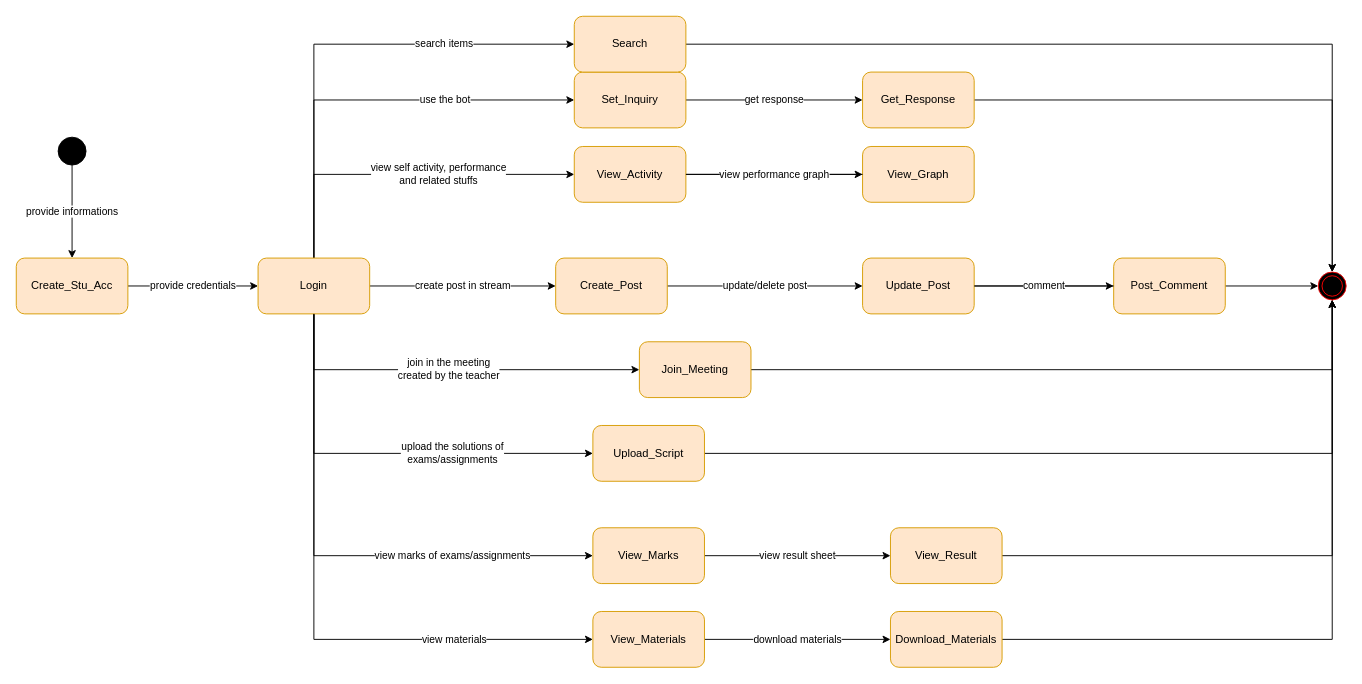
Above: page "State-3 Student" (37 of 40) of Diagrams.drawio in shirrsho/E-shcool (draw.io), before the change. Source tidied: cells renumbered, new cells numbered last; positions are measured from the earlier drawing's top-left corner, leaving out a move shared by most shapes. Both pictures are drawn from the tidied source at 93%, with x=0, y=0 at pixel (16, 16).
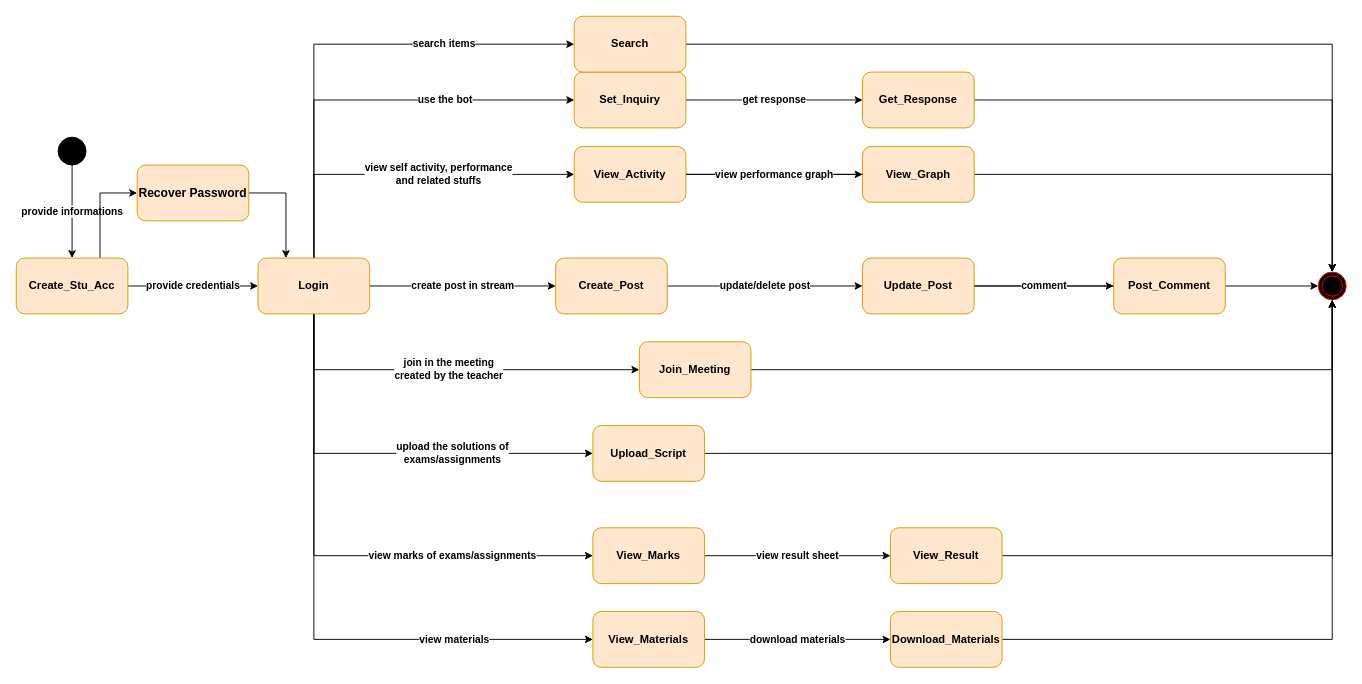
The same diagram, later.

The edit, as a diff of the source:
```diff
@@
-    <mxCell id="2" value="provide informations" style="edgeStyle=orthogonalEdgeStyle;rounded=0;jettySize=auto;html=1;" parent="1" edge="1" source="3" target="5">
+    <mxCell id="2" value="provide informations" style="edgeStyle=orthogonalEdgeStyle;rounded=0;jettySize=auto;html=1;fontStyle=1;" parent="1" edge="1" source="3" target="5">
       <mxGeometry relative="1" as="geometry" />
     </mxCell>
-    <mxCell id="3" style="ellipse;shape=doubleEllipse;html=1;dashed=0;whitespace=wrap;fillColor=#000000;" parent="1" vertex="1">
+    <mxCell id="3" style="ellipse;shape=doubleEllipse;html=1;dashed=0;whitespace=wrap;fillColor=#000000;fontStyle=1;" parent="1" vertex="1">
       <mxGeometry x="45" y="130" width="30" height="30" as="geometry" />
     </mxCell>
-    <mxCell id="4" value="provide credentials" style="edgeStyle=orthogonalEdgeStyle;rounded=0;jettySize=auto;html=1;" parent="1" edge="1" source="5" target="13">
+    <mxCell id="4" value="provide credentials" style="edgeStyle=orthogonalEdgeStyle;rounded=0;jettySize=auto;html=1;fontStyle=1;" parent="1" edge="1" source="5" target="13">
       <mxGeometry relative="1" as="geometry" />
     </mxCell>
+    <mxCell id="45" style="edgeStyle=orthogonalEdgeStyle;rounded=0;jettySize=auto;html=1;exitX=0.75;exitY=0;exitDx=0;exitDy=0;entryX=0;entryY=0.5;entryDx=0;entryDy=0;fontStyle=1;" parent="1" edge="1" source="5" target="48">
+      <mxGeometry relative="1" as="geometry" />
+    </mxCell>
-    <mxCell id="5" value="Create_Stu_Acc" style="rounded=1;whiteSpace=wrap;html=1;dashed=0;fillColor=#ffe6cc;strokeColor=#d79b00;" parent="1" vertex="1">
+    <mxCell id="5" value="Create_Stu_Acc" style="rounded=1;whiteSpace=wrap;html=1;dashed=0;fillColor=#ffe6cc;strokeColor=#d79b00;fontStyle=1;" parent="1" vertex="1">
       <mxGeometry y="260" width="120" height="60" as="geometry" />
     </mxCell>
-    <mxCell id="6" value="create post in stream" style="edgeStyle=orthogonalEdgeStyle;rounded=0;jettySize=auto;html=1;" parent="1" edge="1" source="13" target="15">
+    <mxCell id="6" value="create post in stream" style="edgeStyle=orthogonalEdgeStyle;rounded=0;jettySize=auto;html=1;fontStyle=1;" parent="1" edge="1" source="13" target="15">
       <mxGeometry relative="1" as="geometry" />
     </mxCell>
-    <mxCell id="7" value="join in the meeting&lt;br&gt;created by the teacher" style="edgeStyle=orthogonalEdgeStyle;rounded=0;jettySize=auto;html=1;exitX=0.5;exitY=1;exitDx=0;exitDy=0;entryX=0;entryY=0.5;entryDx=0;entryDy=0;" parent="1" edge="1" source="13" target="20">
+    <mxCell id="7" value="join in the meeting&lt;br&gt;created by the teacher" style="edgeStyle=orthogonalEdgeStyle;rounded=0;jettySize=auto;html=1;exitX=0.5;exitY=1;exitDx=0;exitDy=0;entryX=0;entryY=0.5;entryDx=0;entryDy=0;fontStyle=1;" parent="1" edge="1" source="13" target="20">
       <mxGeometry relative="1" as="geometry" />
     </mxCell>
-    <mxCell id="8" value="upload the solutions of&lt;br&gt;exams/assignments" style="edgeStyle=orthogonalEdgeStyle;rounded=0;jettySize=auto;html=1;entryX=0;entryY=0.5;entryDx=0;entryDy=0;exitX=0.5;exitY=1;exitDx=0;exitDy=0;" parent="1" edge="1" source="13" target="22">
+    <mxCell id="8" value="upload the solutions of&lt;br&gt;exams/assignments" style="edgeStyle=orthogonalEdgeStyle;rounded=0;jettySize=auto;html=1;entryX=0;entryY=0.5;entryDx=0;entryDy=0;exitX=0.5;exitY=1;exitDx=0;exitDy=0;fontStyle=1;" parent="1" edge="1" source="13" target="22">
       <mxGeometry x="0.33" relative="1" as="geometry" />
     </mxCell>
-    <mxCell id="9" value="use the bot" style="edgeStyle=orthogonalEdgeStyle;rounded=0;jettySize=auto;html=1;entryX=0;entryY=0.5;entryDx=0;entryDy=0;exitX=0.5;exitY=0;exitDx=0;exitDy=0;" parent="1" edge="1" source="13" target="24">
+    <mxCell id="9" value="use the bot" style="edgeStyle=orthogonalEdgeStyle;rounded=0;jettySize=auto;html=1;entryX=0;entryY=0.5;entryDx=0;entryDy=0;exitX=0.5;exitY=0;exitDx=0;exitDy=0;fontStyle=1;" parent="1" edge="1" source="13" target="24">
       <mxGeometry x="0.38" relative="1" as="geometry" />
     </mxCell>
-    <mxCell id="10" value="search items" style="edgeStyle=orthogonalEdgeStyle;rounded=0;jettySize=auto;html=1;entryX=0;entryY=0.5;entryDx=0;entryDy=0;exitX=0.5;exitY=0;exitDx=0;exitDy=0;" parent="1" edge="1" source="13" target="26">
+    <mxCell id="10" value="search items" style="edgeStyle=orthogonalEdgeStyle;rounded=0;jettySize=auto;html=1;entryX=0;entryY=0.5;entryDx=0;entryDy=0;exitX=0.5;exitY=0;exitDx=0;exitDy=0;fontStyle=1;" parent="1" edge="1" source="13" target="26">
       <mxGeometry x="0.45" relative="1" as="geometry" />
     </mxCell>
-    <mxCell id="11" value="view self activity, performance&lt;br&gt;and related stuffs" style="edgeStyle=orthogonalEdgeStyle;rounded=0;jettySize=auto;html=1;exitX=0.5;exitY=0;exitDx=0;exitDy=0;entryX=0;entryY=0.5;entryDx=0;entryDy=0;" parent="1" edge="1" source="13" target="29">
+    <mxCell id="11" value="view self activity, performance&lt;br&gt;and related stuffs" style="edgeStyle=orthogonalEdgeStyle;rounded=0;jettySize=auto;html=1;exitX=0.5;exitY=0;exitDx=0;exitDy=0;entryX=0;entryY=0.5;entryDx=0;entryDy=0;fontStyle=1;" parent="1" edge="1" source="13" target="29">
       <mxGeometry x="0.21" relative="1" as="geometry" />
     </mxCell>
-    <mxCell id="12" value="view marks of exams/assignments" style="edgeStyle=orthogonalEdgeStyle;rounded=0;jettySize=auto;html=1;entryX=0;entryY=0.5;entryDx=0;entryDy=0;exitX=0.5;exitY=1;exitDx=0;exitDy=0;" parent="1" edge="1" source="13" target="40">
+    <mxCell id="12" value="view marks of exams/assignments" style="edgeStyle=orthogonalEdgeStyle;rounded=0;jettySize=auto;html=1;entryX=0;entryY=0.5;entryDx=0;entryDy=0;exitX=0.5;exitY=1;exitDx=0;exitDy=0;fontStyle=1;" parent="1" edge="1" source="13" target="40">
       <mxGeometry x="0.46" relative="1" as="geometry" />
     </mxCell>
-    <mxCell id="13" value="Login" style="whiteSpace=wrap;html=1;rounded=1;dashed=0;fillColor=#ffe6cc;strokeColor=#d79b00;" parent="1" vertex="1">
+    <mxCell id="13" value="Login" style="whiteSpace=wrap;html=1;rounded=1;dashed=0;fillColor=#ffe6cc;strokeColor=#d79b00;fontStyle=1;" parent="1" vertex="1">
       <mxGeometry x="260" y="260" width="120" height="60" as="geometry" />
     </mxCell>
-    <mxCell id="14" value="update/delete post" style="edgeStyle=orthogonalEdgeStyle;rounded=0;jettySize=auto;html=1;" parent="1" edge="1" source="15" target="18">
+    <mxCell id="14" value="update/delete post" style="edgeStyle=orthogonalEdgeStyle;rounded=0;jettySize=auto;html=1;fontStyle=1;" parent="1" edge="1" source="15" target="18">
       <mxGeometry relative="1" as="geometry" />
     </mxCell>
-    <mxCell id="15" value="Create_Post" style="rounded=1;whiteSpace=wrap;html=1;fillColor=#ffe6cc;strokeColor=#d79b00;" parent="1" vertex="1">
+    <mxCell id="15" value="Create_Post" style="rounded=1;whiteSpace=wrap;html=1;fillColor=#ffe6cc;strokeColor=#d79b00;fontStyle=1;" parent="1" vertex="1">
       <mxGeometry x="580" y="260" width="120" height="60" as="geometry" />
     </mxCell>
-    <mxCell id="16" style="edgeStyle=orthogonalEdgeStyle;rounded=0;jettySize=auto;html=1;entryX=0;entryY=0.5;entryDx=0;entryDy=0;startArrow=none;" parent="1" edge="1" source="34" target="33">
+    <mxCell id="16" style="edgeStyle=orthogonalEdgeStyle;rounded=0;jettySize=auto;html=1;entryX=0;entryY=0.5;entryDx=0;entryDy=0;startArrow=none;fontStyle=1;" parent="1" edge="1" source="34" target="33">
       <mxGeometry relative="1" as="geometry" />
     </mxCell>
-    <mxCell id="17" style="edgeStyle=orthogonalEdgeStyle;rounded=0;jettySize=auto;html=1;" parent="1" edge="1" source="18" target="34">
+    <mxCell id="17" style="edgeStyle=orthogonalEdgeStyle;rounded=0;jettySize=auto;html=1;fontStyle=1;" parent="1" edge="1" source="18" target="34">
       <mxGeometry relative="1" as="geometry" />
     </mxCell>
-    <mxCell id="18" value="Update_Post" style="rounded=1;whiteSpace=wrap;html=1;fillColor=#ffe6cc;strokeColor=#d79b00;" parent="1" vertex="1">
+    <mxCell id="18" value="Update_Post" style="rounded=1;whiteSpace=wrap;html=1;fillColor=#ffe6cc;strokeColor=#d79b00;fontStyle=1;" parent="1" vertex="1">
       <mxGeometry x="910" y="260" width="120" height="60" as="geometry" />
     </mxCell>
-    <mxCell id="19" style="edgeStyle=orthogonalEdgeStyle;rounded=0;jettySize=auto;html=1;entryX=0.5;entryY=1;entryDx=0;entryDy=0;" parent="1" edge="1" source="20" target="33">
+    <mxCell id="19" style="edgeStyle=orthogonalEdgeStyle;rounded=0;jettySize=auto;html=1;entryX=0.5;entryY=1;entryDx=0;entryDy=0;fontStyle=1;" parent="1" edge="1" source="20" target="33">
       <mxGeometry relative="1" as="geometry" />
     </mxCell>
-    <mxCell id="20" value="Join_Meeting" style="whiteSpace=wrap;html=1;rounded=1;dashed=0;fillColor=#ffe6cc;strokeColor=#d79b00;" parent="1" vertex="1">
+    <mxCell id="20" value="Join_Meeting" style="whiteSpace=wrap;html=1;rounded=1;dashed=0;fillColor=#ffe6cc;strokeColor=#d79b00;fontStyle=1;" parent="1" vertex="1">
       <mxGeometry x="670" y="350" width="120" height="60" as="geometry" />
     </mxCell>
-    <mxCell id="21" style="edgeStyle=orthogonalEdgeStyle;rounded=0;jettySize=auto;html=1;" parent="1" edge="1" source="22" target="33">
+    <mxCell id="21" style="edgeStyle=orthogonalEdgeStyle;rounded=0;jettySize=auto;html=1;fontStyle=1;" parent="1" edge="1" source="22" target="33">
       <mxGeometry relative="1" as="geometry" />
     </mxCell>
-    <mxCell id="22" value="Upload_Script" style="rounded=1;whiteSpace=wrap;html=1;fillColor=#ffe6cc;strokeColor=#d79b00;" parent="1" vertex="1">
+    <mxCell id="22" value="Upload_Script" style="rounded=1;whiteSpace=wrap;html=1;fillColor=#ffe6cc;strokeColor=#d79b00;fontStyle=1;" parent="1" vertex="1">
       <mxGeometry x="620" y="440" width="120" height="60" as="geometry" />
     </mxCell>
-    <mxCell id="23" value="get response" style="edgeStyle=orthogonalEdgeStyle;rounded=0;jettySize=auto;html=1;" parent="1" edge="1" source="24" target="38">
+    <mxCell id="23" value="get response" style="edgeStyle=orthogonalEdgeStyle;rounded=0;jettySize=auto;html=1;fontStyle=1;" parent="1" edge="1" source="24" target="38">
       <mxGeometry relative="1" as="geometry" />
     </mxCell>
-    <mxCell id="24" value="Set_Inquiry" style="rounded=1;whiteSpace=wrap;html=1;fillColor=#ffe6cc;strokeColor=#d79b00;" parent="1" vertex="1">
+    <mxCell id="24" value="Set_Inquiry" style="rounded=1;whiteSpace=wrap;html=1;fillColor=#ffe6cc;strokeColor=#d79b00;fontStyle=1;" parent="1" vertex="1">
       <mxGeometry x="600" y="60" width="120" height="60" as="geometry" />
     </mxCell>
-    <mxCell id="25" style="edgeStyle=orthogonalEdgeStyle;rounded=0;jettySize=auto;html=1;entryX=0.5;entryY=0;entryDx=0;entryDy=0;" parent="1" edge="1" source="26" target="33">
+    <mxCell id="25" style="edgeStyle=orthogonalEdgeStyle;rounded=0;jettySize=auto;html=1;entryX=0.5;entryY=0;entryDx=0;entryDy=0;fontStyle=1;" parent="1" edge="1" source="26" target="33">
       <mxGeometry relative="1" as="geometry" />
     </mxCell>
-    <mxCell id="26" value="Search" style="rounded=1;whiteSpace=wrap;html=1;fillColor=#ffe6cc;strokeColor=#d79b00;" parent="1" vertex="1">
+    <mxCell id="26" value="Search" style="rounded=1;whiteSpace=wrap;html=1;fillColor=#ffe6cc;strokeColor=#d79b00;fontStyle=1;" parent="1" vertex="1">
       <mxGeometry x="600" width="120" height="60" as="geometry" />
     </mxCell>
-    <mxCell id="27" value="view materials" style="edgeStyle=orthogonalEdgeStyle;rounded=0;jettySize=auto;html=1;startArrow=none;exitX=0.5;exitY=1;exitDx=0;exitDy=0;entryX=0;entryY=0.5;entryDx=0;entryDy=0;" parent="1" edge="1" source="13" target="32">
+    <mxCell id="27" value="view materials" style="edgeStyle=orthogonalEdgeStyle;rounded=0;jettySize=auto;html=1;startArrow=none;exitX=0.5;exitY=1;exitDx=0;exitDy=0;entryX=0;entryY=0.5;entryDx=0;entryDy=0;fontStyle=1;" parent="1" edge="1" source="13" target="32">
       <mxGeometry x="0.54" relative="1" as="geometry" />
     </mxCell>
-    <mxCell id="28" style="edgeStyle=orthogonalEdgeStyle;rounded=0;jettySize=auto;html=1;" parent="1" edge="1" source="29" target="43">
+    <mxCell id="28" style="edgeStyle=orthogonalEdgeStyle;rounded=0;jettySize=auto;html=1;fontStyle=1;" parent="1" edge="1" source="29" target="43">
       <mxGeometry relative="1" as="geometry" />
     </mxCell>
-    <mxCell id="29" value="View_Activity" style="whiteSpace=wrap;html=1;rounded=1;dashed=0;fillColor=#ffe6cc;strokeColor=#d79b00;" parent="1" vertex="1">
+    <mxCell id="29" value="View_Activity" style="whiteSpace=wrap;html=1;rounded=1;dashed=0;fillColor=#ffe6cc;strokeColor=#d79b00;fontStyle=1;" parent="1" vertex="1">
       <mxGeometry x="600" y="140" width="120" height="60" as="geometry" />
     </mxCell>
-    <mxCell id="30" style="edgeStyle=orthogonalEdgeStyle;rounded=0;jettySize=auto;html=1;entryX=0.5;entryY=0.333;entryDx=0;entryDy=0;entryPerimeter=0;startArrow=none;" parent="1" edge="1" source="36" target="33">
+    <mxCell id="30" style="edgeStyle=orthogonalEdgeStyle;rounded=0;jettySize=auto;html=1;entryX=0.5;entryY=0.333;entryDx=0;entryDy=0;entryPerimeter=0;startArrow=none;fontStyle=1;" parent="1" edge="1" source="36" target="33">
       <mxGeometry relative="1" as="geometry" />
     </mxCell>
-    <mxCell id="31" value="download materials" style="edgeStyle=orthogonalEdgeStyle;rounded=0;jettySize=auto;html=1;" parent="1" edge="1" source="32" target="36">
+    <mxCell id="31" value="download materials" style="edgeStyle=orthogonalEdgeStyle;rounded=0;jettySize=auto;html=1;fontStyle=1;" parent="1" edge="1" source="32" target="36">
       <mxGeometry relative="1" as="geometry" />
     </mxCell>
-    <mxCell id="32" value="View_Materials" style="whiteSpace=wrap;html=1;rounded=1;dashed=0;fillColor=#ffe6cc;strokeColor=#d79b00;" parent="1" vertex="1">
+    <mxCell id="32" value="View_Materials" style="whiteSpace=wrap;html=1;rounded=1;dashed=0;fillColor=#ffe6cc;strokeColor=#d79b00;fontStyle=1;" parent="1" vertex="1">
       <mxGeometry x="620" y="640" width="120" height="60" as="geometry" />
     </mxCell>
-    <mxCell id="33" style="ellipse;shape=doubleEllipse;html=1;dashed=0;whitespace=wrap;fillColor=#000000;strokeColor=#FF0000;" parent="1" vertex="1">
+    <mxCell id="33" style="ellipse;shape=doubleEllipse;html=1;dashed=0;whitespace=wrap;fillColor=#000000;strokeColor=#FF0000;fontStyle=1;" parent="1" vertex="1">
       <mxGeometry x="1400" y="275" width="30" height="30" as="geometry" />
     </mxCell>
-    <mxCell id="34" value="Post_Comment" style="whiteSpace=wrap;html=1;fillColor=#ffe6cc;strokeColor=#d79b00;rounded=1;" parent="1" vertex="1">
+    <mxCell id="34" value="Post_Comment" style="whiteSpace=wrap;html=1;fillColor=#ffe6cc;strokeColor=#d79b00;rounded=1;fontStyle=1;" parent="1" vertex="1">
       <mxGeometry x="1180" y="260" width="120" height="60" as="geometry" />
     </mxCell>
-    <mxCell id="35" value="comment" style="edgeStyle=orthogonalEdgeStyle;rounded=0;jettySize=auto;html=1;entryX=0;entryY=0.5;entryDx=0;entryDy=0;endArrow=none;" parent="1" edge="1" source="18" target="34">
+    <mxCell id="35" value="comment" style="edgeStyle=orthogonalEdgeStyle;rounded=0;jettySize=auto;html=1;entryX=0;entryY=0.5;entryDx=0;entryDy=0;endArrow=none;fontStyle=1;" parent="1" edge="1" source="18" target="34">
       <mxGeometry relative="1" as="geometry" />
     </mxCell>
-    <mxCell id="36" value="Download_Materials" style="whiteSpace=wrap;html=1;fillColor=#ffe6cc;strokeColor=#d79b00;rounded=1;dashed=0;" parent="1" vertex="1">
+    <mxCell id="36" value="Download_Materials" style="whiteSpace=wrap;html=1;fillColor=#ffe6cc;strokeColor=#d79b00;rounded=1;dashed=0;fontStyle=1;" parent="1" vertex="1">
       <mxGeometry x="940" y="640" width="120" height="60" as="geometry" />
     </mxCell>
-    <mxCell id="37" style="edgeStyle=orthogonalEdgeStyle;rounded=0;jettySize=auto;html=1;entryX=0.5;entryY=0;entryDx=0;entryDy=0;" parent="1" edge="1" source="38" target="33">
+    <mxCell id="37" style="edgeStyle=orthogonalEdgeStyle;rounded=0;jettySize=auto;html=1;entryX=0.5;entryY=0;entryDx=0;entryDy=0;fontStyle=1;" parent="1" edge="1" source="38" target="33">
       <mxGeometry relative="1" as="geometry" />
     </mxCell>
-    <mxCell id="38" value="Get_Response" style="whiteSpace=wrap;html=1;fillColor=#ffe6cc;strokeColor=#d79b00;rounded=1;" parent="1" vertex="1">
+    <mxCell id="38" value="Get_Response" style="whiteSpace=wrap;html=1;fillColor=#ffe6cc;strokeColor=#d79b00;rounded=1;fontStyle=1;" parent="1" vertex="1">
       <mxGeometry x="910" y="60" width="120" height="60" as="geometry" />
     </mxCell>
-    <mxCell id="39" value="view result sheet" style="edgeStyle=orthogonalEdgeStyle;rounded=0;jettySize=auto;html=1;" parent="1" edge="1" source="40" target="42">
+    <mxCell id="39" value="view result sheet" style="edgeStyle=orthogonalEdgeStyle;rounded=0;jettySize=auto;html=1;fontStyle=1;" parent="1" edge="1" source="40" target="42">
       <mxGeometry relative="1" as="geometry" />
     </mxCell>
-    <mxCell id="40" value="View_Marks" style="rounded=1;whiteSpace=wrap;html=1;fillColor=#ffe6cc;strokeColor=#d79b00;" parent="1" vertex="1">
+    <mxCell id="40" value="View_Marks" style="rounded=1;whiteSpace=wrap;html=1;fillColor=#ffe6cc;strokeColor=#d79b00;fontStyle=1;" parent="1" vertex="1">
       <mxGeometry x="620" y="550" width="120" height="60" as="geometry" />
     </mxCell>
-    <mxCell id="41" style="edgeStyle=orthogonalEdgeStyle;rounded=0;jettySize=auto;html=1;entryX=0.5;entryY=1;entryDx=0;entryDy=0;" parent="1" edge="1" source="42" target="33">
+    <mxCell id="41" style="edgeStyle=orthogonalEdgeStyle;rounded=0;jettySize=auto;html=1;entryX=0.5;entryY=1;entryDx=0;entryDy=0;fontStyle=1;" parent="1" edge="1" source="42" target="33">
       <mxGeometry relative="1" as="geometry" />
     </mxCell>
-    <mxCell id="42" value="View_Result" style="whiteSpace=wrap;html=1;fillColor=#ffe6cc;strokeColor=#d79b00;rounded=1;" parent="1" vertex="1">
+    <mxCell id="42" value="View_Result" style="whiteSpace=wrap;html=1;fillColor=#ffe6cc;strokeColor=#d79b00;rounded=1;fontStyle=1;" parent="1" vertex="1">
       <mxGeometry x="940" y="550" width="120" height="60" as="geometry" />
     </mxCell>
+    <mxCell id="46" style="edgeStyle=orthogonalEdgeStyle;rounded=0;jettySize=auto;html=1;entryX=0.5;entryY=0;entryDx=0;entryDy=0;fontStyle=1;" parent="1" edge="1" source="43" target="33">
+      <mxGeometry relative="1" as="geometry" />
+    </mxCell>
-    <mxCell id="43" value="View_Graph" style="whiteSpace=wrap;html=1;fillColor=#ffe6cc;strokeColor=#d79b00;rounded=1;dashed=0;" parent="1" vertex="1">
+    <mxCell id="43" value="View_Graph" style="whiteSpace=wrap;html=1;fillColor=#ffe6cc;strokeColor=#d79b00;rounded=1;dashed=0;fontStyle=1;" parent="1" vertex="1">
       <mxGeometry x="910" y="140" width="120" height="60" as="geometry" />
     </mxCell>
-    <mxCell id="44" value="view performance graph" style="edgeStyle=orthogonalEdgeStyle;rounded=0;jettySize=auto;html=1;endArrow=none;" parent="1" edge="1" source="29" target="43">
+    <mxCell id="44" value="view performance graph" style="edgeStyle=orthogonalEdgeStyle;rounded=0;jettySize=auto;html=1;endArrow=none;fontStyle=1;" parent="1" edge="1" source="29" target="43">
       <mxGeometry relative="1" as="geometry" />
     </mxCell>
+    <mxCell id="47" style="edgeStyle=orthogonalEdgeStyle;rounded=0;jettySize=auto;html=1;entryX=0.25;entryY=0;entryDx=0;entryDy=0;fontStyle=1;" parent="1" edge="1" source="48" target="13">
+      <mxGeometry relative="1" as="geometry" />
+    </mxCell>
+    <mxCell id="48" value="Recover Password" style="rounded=1;whiteSpace=wrap;html=1;dashed=0;fontSize=13;fontStyle=1;fillColor=#ffe6cc;strokeColor=#d79b00;" parent="1" vertex="1">
+      <mxGeometry x="130" y="160" width="120" height="60" as="geometry" />
+    </mxCell>
```
